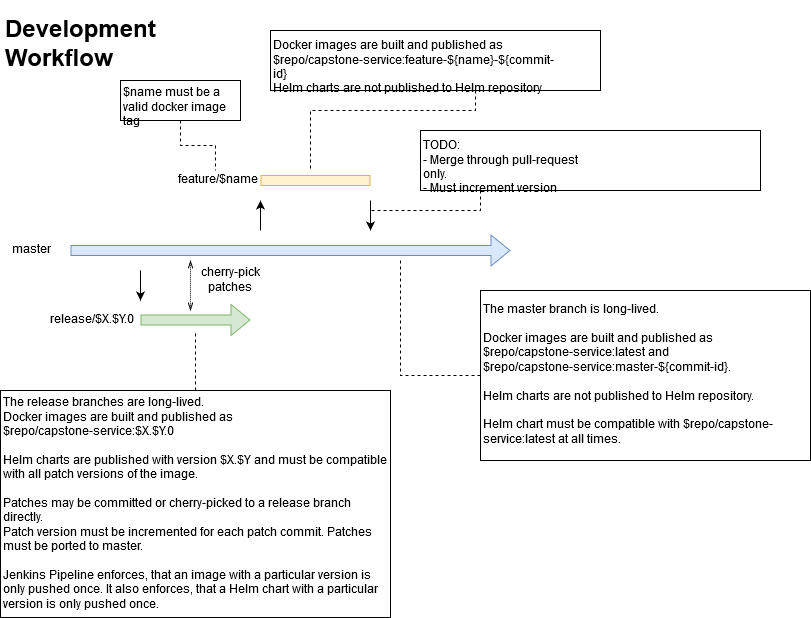
FlorianSeidel/DevOps_Capstone_Service keeps this draw.io diagram as DevOps_Capstone_Workflow.png. Above is the earlier version. Source tidied: cells renumbered, new cells last; positions are measured from the earlier drawing's top-left corner, leaving out a move shared by most shapes.
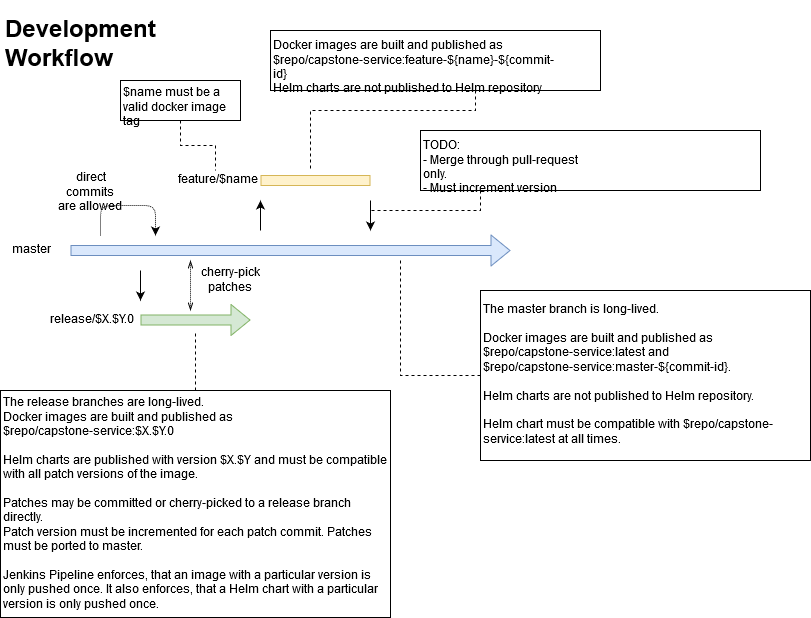
The same file after the commit.

What changed in the source:
```diff
@@ -59,6 +59,19 @@
     <mxCell id="13" value="cherry-pick patches" style="text;html=1;strokeColor=none;fillColor=none;align=center;verticalAlign=middle;whiteSpace=wrap;rounded=0;" parent="2" vertex="1">
       <mxGeometry x="170" y="100" width="100" height="20" as="geometry" />
     </mxCell>
+    <mxCell id="25" style="endArrow=classic;html=1;dashed=1;dashPattern=1 1;" parent="2" edge="1">
+      <mxGeometry relative="1" as="geometry">
+        <mxPoint x="90" y="65" as="sourcePoint" />
+        <mxPoint x="145" y="65" as="targetPoint" />
+        <Array as="points">
+          <mxPoint x="90" y="35" />
+          <mxPoint x="145" y="35" />
+        </Array>
+      </mxGeometry>
+    </mxCell>
+    <mxCell id="26" value="&lt;div&gt;direct commits &lt;br&gt;&lt;/div&gt;&lt;div&gt;are allowed&lt;br&gt;&lt;/div&gt;" style="text;html=1;strokeColor=none;fillColor=none;align=center;verticalAlign=middle;whiteSpace=wrap;rounded=0;direction=south;" parent="2" vertex="1">
+      <mxGeometry x="37.5" y="-30" width="85" height="90" as="geometry" />
+    </mxCell>
     <mxCell id="14" style="edgeStyle=orthogonalEdgeStyle;rounded=0;jettySize=auto;html=1;entryX=0.5;entryY=0;entryDx=0;entryDy=0;endArrow=none;endFill=0;dashed=1;" parent="1" edge="1" source="15" target="11">
       <mxGeometry relative="1" as="geometry" />
     </mxCell>
```
